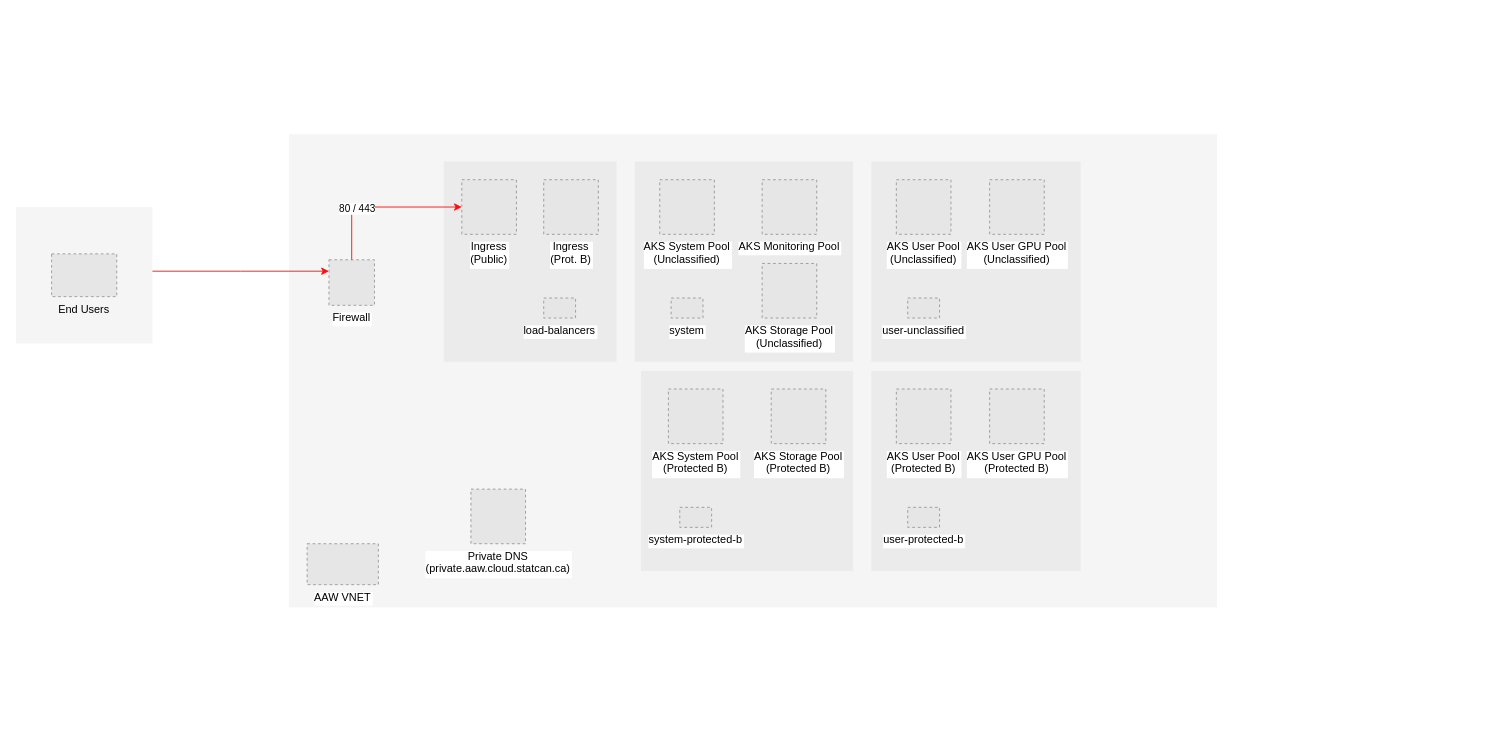
This is Untitled Diagram.drawio from StatCan/aaw-security-proposal, a draw.io file, before an edit. Source tidied: cells renumbered, new cells numbered last; positions are measured from the earlier drawing's top-left corner, leaving out a move shared by most shapes. Both pictures are drawn from the tidied source at 91%, with x=0, y=0 at pixel (15, 134). Pictures stored in the file or linked from it are replaced by grey dashed boxes.
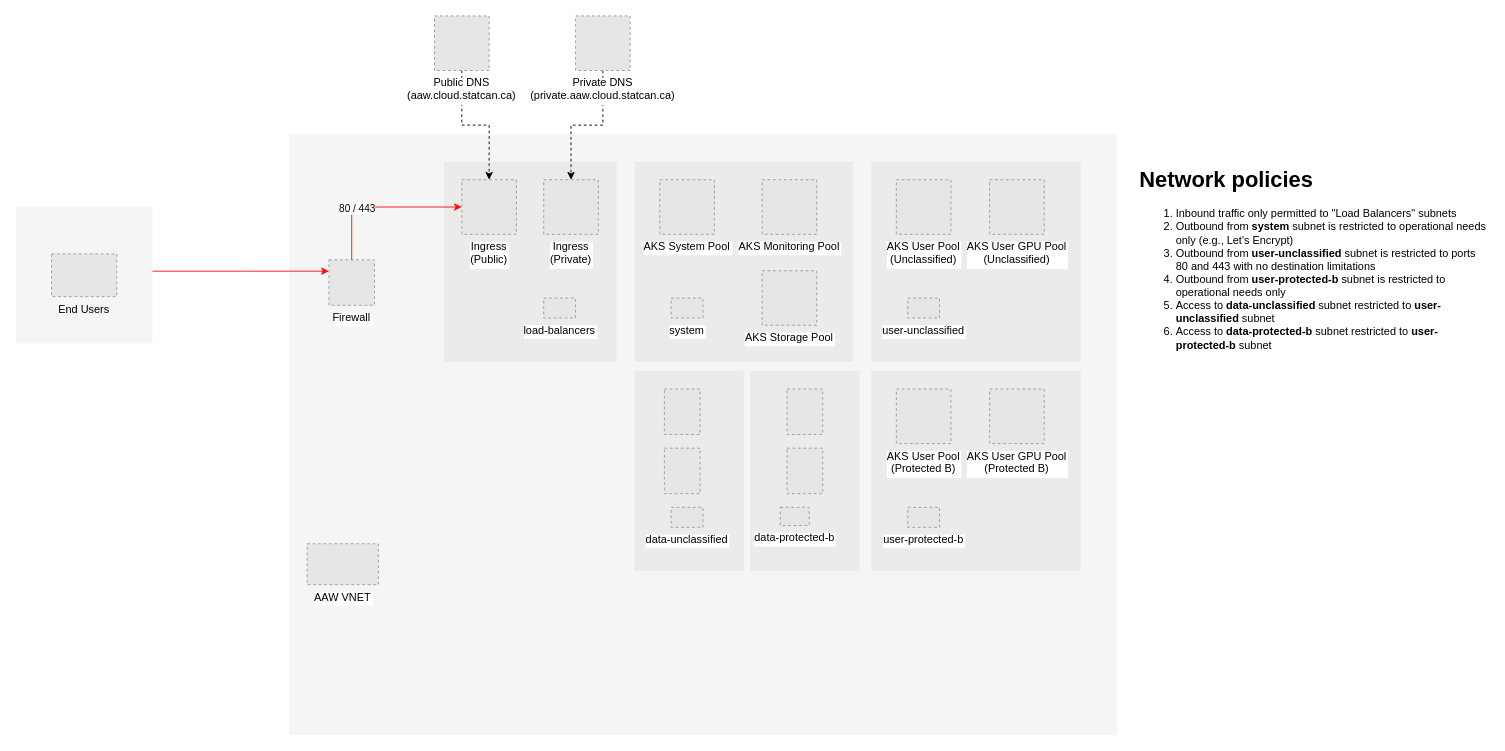
Above is the later version.

Unchanged cells that the change refers to:
```xml
<mxCell id="11" value="Ingress&#10;(Public)" style="fillColor=#E6E6E6;strokeColor=#999999;dashed=1;verticalLabelPosition=bottom;labelBackgroundColor=#ffffff;verticalAlign=top;" parent="1" vertex="1">
  <mxGeometry x="490" y="50" width="60" height="60" as="geometry" />
</mxCell>
<mxCell id="14" style="group;" parent="1" vertex="1">
  <mxGeometry x="680" y="30" width="240" height="220" as="geometry" />
</mxCell>
```

Change to the diagram source:
```diff
@@
     <mxCell id="2" style="rounded=0;whiteSpace=wrap;html=1;fillColor=#f5f5f5;strokeColor=none;fontColor=#333333;labelBackgroundColor=none;" parent="1" vertex="1">
-      <mxGeometry x="300" width="1020" height="520" as="geometry" />
+      <mxGeometry x="300" width="910" height="660" as="geometry" />
     </mxCell>
@@
-    <mxCell id="17" value="AKS System Pool&#10;(Unclassified)" style="fillColor=#E6E6E6;strokeColor=#999999;dashed=1;verticalLabelPosition=bottom;labelBackgroundColor=#ffffff;verticalAlign=top;" parent="14" vertex="1">
+    <mxCell id="17" value="AKS System Pool" style="fillColor=#E6E6E6;strokeColor=#999999;dashed=1;verticalLabelPosition=bottom;labelBackgroundColor=#ffffff;verticalAlign=top;" parent="14" vertex="1">
       <mxGeometry x="27.5" y="20" width="60" height="60" as="geometry" />
     </mxCell>
@@
-    <mxCell id="19" value="AKS Storage Pool&#10;(Unclassified)" style="fillColor=#E6E6E6;strokeColor=#999999;dashed=1;verticalLabelPosition=bottom;labelBackgroundColor=#ffffff;verticalAlign=top;" parent="14" vertex="1">
-      <mxGeometry x="140" y="112" width="60" height="60" as="geometry" />
-    </mxCell>
+    <mxCell id="37" value="AKS Storage Pool" style="fillColor=#E6E6E6;strokeColor=#999999;dashed=1;verticalLabelPosition=bottom;labelBackgroundColor=#ffffff;verticalAlign=top;" parent="14" vertex="1">
+      <mxGeometry x="140" y="120" width="60" height="60" as="geometry" />
+    </mxCell>
@@
-    <mxCell id="30" value="Ingress&#10;(Prot. B)" style="fillColor=#E6E6E6;strokeColor=#999999;dashed=1;verticalLabelPosition=bottom;labelBackgroundColor=#ffffff;verticalAlign=top;" parent="1" vertex="1">
+    <mxCell id="30" value="Ingress&#10;(Private)" style="fillColor=#E6E6E6;strokeColor=#999999;dashed=1;verticalLabelPosition=bottom;labelBackgroundColor=#ffffff;verticalAlign=top;" parent="1" vertex="1">
       <mxGeometry x="580" y="50" width="60" height="60" as="geometry" />
     </mxCell>
+    <mxCell id="38" style="edgeStyle=orthogonalEdgeStyle;rounded=0;jettySize=auto;html=1;entryX=0.5;entryY=0;entryDx=0;entryDy=0;dashed=1;strokeColor=#050000;" parent="1" edge="1" source="31" target="30">
+      <mxGeometry relative="1" as="geometry" />
+    </mxCell>
     <mxCell id="31" value="Private DNS&#10;(private.aaw.cloud.statcan.ca)" style="fillColor=#E6E6E6;strokeColor=#999999;dashed=1;verticalLabelPosition=bottom;labelBackgroundColor=#ffffff;verticalAlign=top;" parent="1" vertex="1">
-      <mxGeometry x="500" y="390" width="60" height="60" as="geometry" />
+      <mxGeometry x="615" y="-130" width="60" height="60" as="geometry" />
     </mxCell>
-    <mxCell id="32" style="group;" parent="1" vertex="1">
-      <mxGeometry x="680" y="260" width="240" height="220" as="geometry" />
-    </mxCell>
-    <mxCell id="33" style="rounded=0;whiteSpace=wrap;html=1;strokeColor=none;fontColor=#333333;labelBackgroundColor=none;fillColor=#EBEBEB;" parent="32" vertex="1">
-      <mxGeometry x="7" width="233" height="220" as="geometry" />
-    </mxCell>
-    <mxCell id="34" value="system-protected-b" style="fillColor=#E6E6E6;strokeColor=#999999;dashed=1;verticalLabelPosition=bottom;labelBackgroundColor=#ffffff;verticalAlign=top;" parent="32" vertex="1">
-      <mxGeometry x="49.5" y="150" width="35" height="22" as="geometry" />
-    </mxCell>
-    <mxCell id="35" value="AKS System Pool&#10;(Protected B)" style="fillColor=#E6E6E6;strokeColor=#999999;dashed=1;verticalLabelPosition=bottom;labelBackgroundColor=#ffffff;verticalAlign=top;" parent="32" vertex="1">
-      <mxGeometry x="37" y="20" width="60" height="60" as="geometry" />
-    </mxCell>
-    <mxCell id="36" value="AKS Storage Pool&#10;(Protected B)" style="fillColor=#E6E6E6;strokeColor=#999999;dashed=1;verticalLabelPosition=bottom;labelBackgroundColor=#ffffff;verticalAlign=top;" parent="32" vertex="1">
-      <mxGeometry x="150" y="20" width="60" height="60" as="geometry" />
-    </mxCell>
+    <mxCell id="39" value="&lt;h1&gt;Network policies&lt;/h1&gt;&lt;p&gt;&lt;/p&gt;&lt;ol&gt;&lt;li&gt;Inbound traffic only permitted to &quot;Load Balancers&quot; subnets&lt;/li&gt;&lt;li&gt;Outbound from &lt;b&gt;system&lt;/b&gt;&amp;nbsp;subnet is restricted to operational needs only (e.g., Let's Encrypt)&lt;/li&gt;&lt;li&gt;Outbound from &lt;b&gt;user-unclassified&lt;/b&gt;&amp;nbsp;subnet is restricted to ports 80 and 443 with no destination limitations&lt;/li&gt;&lt;li&gt;Outbound from &lt;b&gt;user-protected-b &lt;/b&gt;subnet is restricted to operational needs only&lt;/li&gt;&lt;li&gt;Access to &lt;b&gt;data-unclassified&lt;/b&gt;&amp;nbsp;subnet restricted to &lt;b&gt;user-unclassified&lt;/b&gt;&amp;nbsp;subnet&lt;span style=&quot;color: rgba(0 , 0 , 0 , 0) ; font-family: monospace ; font-size: 0px&quot;&gt;&lt;/span&gt;&lt;/li&gt;&lt;li&gt;Access to &lt;b&gt;data-protected-b&lt;/b&gt;&amp;nbsp;subnet restricted to &lt;b&gt;user-protected-b&lt;/b&gt;&amp;nbsp;subnet&lt;/li&gt;&lt;/ol&gt;&lt;p&gt;&lt;/p&gt;" style="text;html=1;strokeColor=none;fillColor=none;spacing=5;spacingTop=-20;whiteSpace=wrap;overflow=hidden;rounded=0;" parent="1" vertex="1">
+      <mxGeometry x="1230" y="30" width="390" height="300" as="geometry" />
+    </mxCell>
+    <mxCell id="40" style="edgeStyle=orthogonalEdgeStyle;rounded=0;jettySize=auto;html=1;entryX=0.5;entryY=0;entryDx=0;entryDy=0;dashed=1;strokeColor=#050000;" parent="1" edge="1" source="41" target="11">
+      <mxGeometry relative="1" as="geometry" />
+    </mxCell>
+    <mxCell id="41" value="Public DNS&#10;(aaw.cloud.statcan.ca)" style="fillColor=#E6E6E6;strokeColor=#999999;dashed=1;verticalLabelPosition=bottom;labelBackgroundColor=#ffffff;verticalAlign=top;" parent="1" vertex="1">
+      <mxGeometry x="460" y="-130" width="60" height="60" as="geometry" />
+    </mxCell>
+    <mxCell id="42" style="group;" parent="1" vertex="1">
+      <mxGeometry x="720" y="260" width="240" height="220" as="geometry" />
+    </mxCell>
+    <mxCell id="43" style="rounded=0;whiteSpace=wrap;html=1;strokeColor=none;fontColor=#333333;labelBackgroundColor=none;fillColor=#EBEBEB;" parent="42" vertex="1">
+      <mxGeometry x="-40" width="120" height="220" as="geometry" />
+    </mxCell>
+    <mxCell id="44" value="data-unclassified" style="fillColor=#E6E6E6;strokeColor=#999999;dashed=1;verticalLabelPosition=bottom;labelBackgroundColor=#ffffff;verticalAlign=top;" parent="42" vertex="1">
+      <mxGeometry y="150" width="35" height="22" as="geometry" />
+    </mxCell>
+    <mxCell id="45" style="fillColor=#E6E6E6;strokeColor=#999999;dashed=1;verticalLabelPosition=bottom;labelBackgroundColor=#ffffff;verticalAlign=top;" parent="42" vertex="1">
+      <mxGeometry x="-7.4" y="20" width="39.2" height="50" as="geometry" />
+    </mxCell>
+    <mxCell id="46" style="fillColor=#E6E6E6;strokeColor=#999999;dashed=1;verticalLabelPosition=bottom;labelBackgroundColor=#ffffff;verticalAlign=top;" parent="42" vertex="1">
+      <mxGeometry x="-7.4" y="85" width="39.2" height="50" as="geometry" />
+    </mxCell>
+    <mxCell id="47" style="rounded=0;whiteSpace=wrap;html=1;strokeColor=none;fontColor=#333333;labelBackgroundColor=none;fillColor=#EBEBEB;" parent="1" vertex="1">
+      <mxGeometry x="807" y="260" width="120" height="220" as="geometry" />
+    </mxCell>
+    <mxCell id="48" value="data-protected-b" style="fillColor=#E6E6E6;strokeColor=#999999;dashed=1;verticalLabelPosition=bottom;labelBackgroundColor=#ffffff;verticalAlign=top;" parent="1" vertex="1">
+      <mxGeometry x="840" y="410" width="31.8" height="20" as="geometry" />
+    </mxCell>
+    <mxCell id="49" style="fillColor=#E6E6E6;strokeColor=#999999;dashed=1;verticalLabelPosition=bottom;labelBackgroundColor=#ffffff;verticalAlign=top;" parent="1" vertex="1">
+      <mxGeometry x="847.4" y="280" width="39.2" height="50" as="geometry" />
+    </mxCell>
+    <mxCell id="50" style="fillColor=#E6E6E6;strokeColor=#999999;dashed=1;verticalLabelPosition=bottom;labelBackgroundColor=#ffffff;verticalAlign=top;" parent="1" vertex="1">
+      <mxGeometry x="847.4" y="345" width="39.2" height="50" as="geometry" />
+    </mxCell>
```
